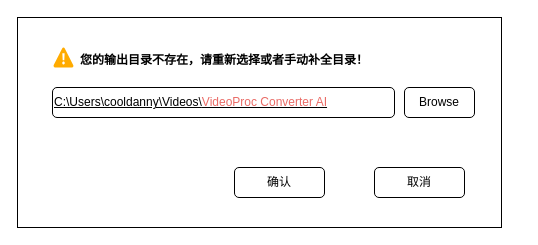
The draw.io diagram tishi.drawio in macfanr/drawio, before the edit. Source tidied: cells renumbered, new cells numbered last; positions are measured from the earlier drawing's top-left corner, leaving out a move shared by most shapes. Both pictures are drawn from the tidied source at 100%, with x=0, y=0 at pixel (17, 17).
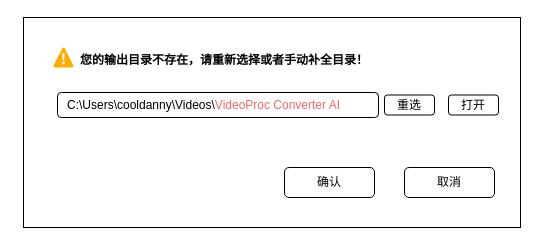
After the change.

Diff of the diagram source:
```diff
@@
 <mxGraphModel>
   <root>
     <mxCell id="0" />
     <mxCell id="1" parent="0" />
     <mxCell id="2" style="rounded=0;whiteSpace=wrap;html=1;" parent="1" vertex="1">
-      <mxGeometry width="484" height="210" as="geometry" />
+      <mxGeometry x="6" width="497" height="210" as="geometry" />
     </mxCell>
     <mxCell id="3" value="您的输出目录不存在，请重新选择或者手动补全目录！" style="text;html=1;strokeColor=none;fillColor=none;align=left;verticalAlign=middle;whiteSpace=wrap;rounded=0;fontStyle=1;" parent="1" vertex="1">
       <mxGeometry x="61" y="28" width="400" height="30" as="geometry" />
     </mxCell>
-    <mxCell id="4" value="&lt;u&gt;C:\Users\cooldanny\Videos\&lt;font color=&quot;#ea6b66&quot;&gt;VideoProc Converter AI&lt;/font&gt;&lt;/u&gt;" style="rounded=1;whiteSpace=wrap;html=1;align=left;" parent="1" vertex="1">
-      <mxGeometry x="35" y="70" width="342" height="30" as="geometry" />
-    </mxCell>
-    <mxCell id="5" value="Browse" style="rounded=1;whiteSpace=wrap;html=1;" parent="1" vertex="1">
-      <mxGeometry x="387" y="70" width="70" height="30" as="geometry" />
+    <mxCell id="5" value="重选" style="rounded=1;whiteSpace=wrap;html=1;" parent="1" vertex="1">
+      <mxGeometry x="367" y="77.5" width="50" height="20" as="geometry" />
     </mxCell>
     <mxCell id="6" value="取消" style="rounded=1;whiteSpace=wrap;html=1;" parent="1" vertex="1">
-      <mxGeometry x="357" y="150" width="90" height="30" as="geometry" />
+      <mxGeometry x="387" y="150" width="90" height="30" as="geometry" />
     </mxCell>
     <mxCell id="7" value="确认" style="rounded=1;whiteSpace=wrap;html=1;" parent="1" vertex="1">
-      <mxGeometry x="217" y="150" width="90" height="30" as="geometry" />
+      <mxGeometry x="267" y="150" width="90" height="30" as="geometry" />
     </mxCell>
     <mxCell id="8" style="shape=mxgraph.azure.azure_alert;fillColor=#FFAB00;strokeColor=none;fontColor=#172B4C;fontSize=18;fontStyle=1;labelPosition=right;verticalLabelPosition=middle;align=left;verticalAlign=middle;html=1;spacingLeft=5;sketch=0;hachureGap=4;fontFamily=Architects Daughter;" parent="1" vertex="1">
       <mxGeometry x="36" y="30" width="20" height="20" as="geometry" />
     </mxCell>
+    <mxCell id="9" value="打开" style="rounded=1;whiteSpace=wrap;html=1;" parent="1" vertex="1">
+      <mxGeometry x="431" y="77.5" width="50" height="20" as="geometry" />
+    </mxCell>
+    <mxCell id="10" style="group;" parent="1" vertex="1">
+      <mxGeometry x="40" y="72.5" width="321" height="30" as="geometry" />
+    </mxCell>
+    <mxCell id="11" value="&lt;div&gt;&lt;br&gt;&lt;/div&gt;" style="rounded=1;whiteSpace=wrap;html=1;align=left;fontStyle=0;" parent="10" vertex="1">
+      <mxGeometry y="2.5" width="321" height="25" as="geometry" />
+    </mxCell>
+    <mxCell id="4" value="C:\Users\cooldanny\Videos\&lt;font color=&quot;#ea6b66&quot;&gt;VideoProc Converter AI&lt;/font&gt;" style="text;html=1;strokeColor=none;fillColor=none;align=left;verticalAlign=middle;whiteSpace=wrap;rounded=0;" parent="10" vertex="1">
+      <mxGeometry x="8.3" width="284.3" height="30" as="geometry" />
+    </mxCell>
   </root>
 </mxGraphModel>
```
